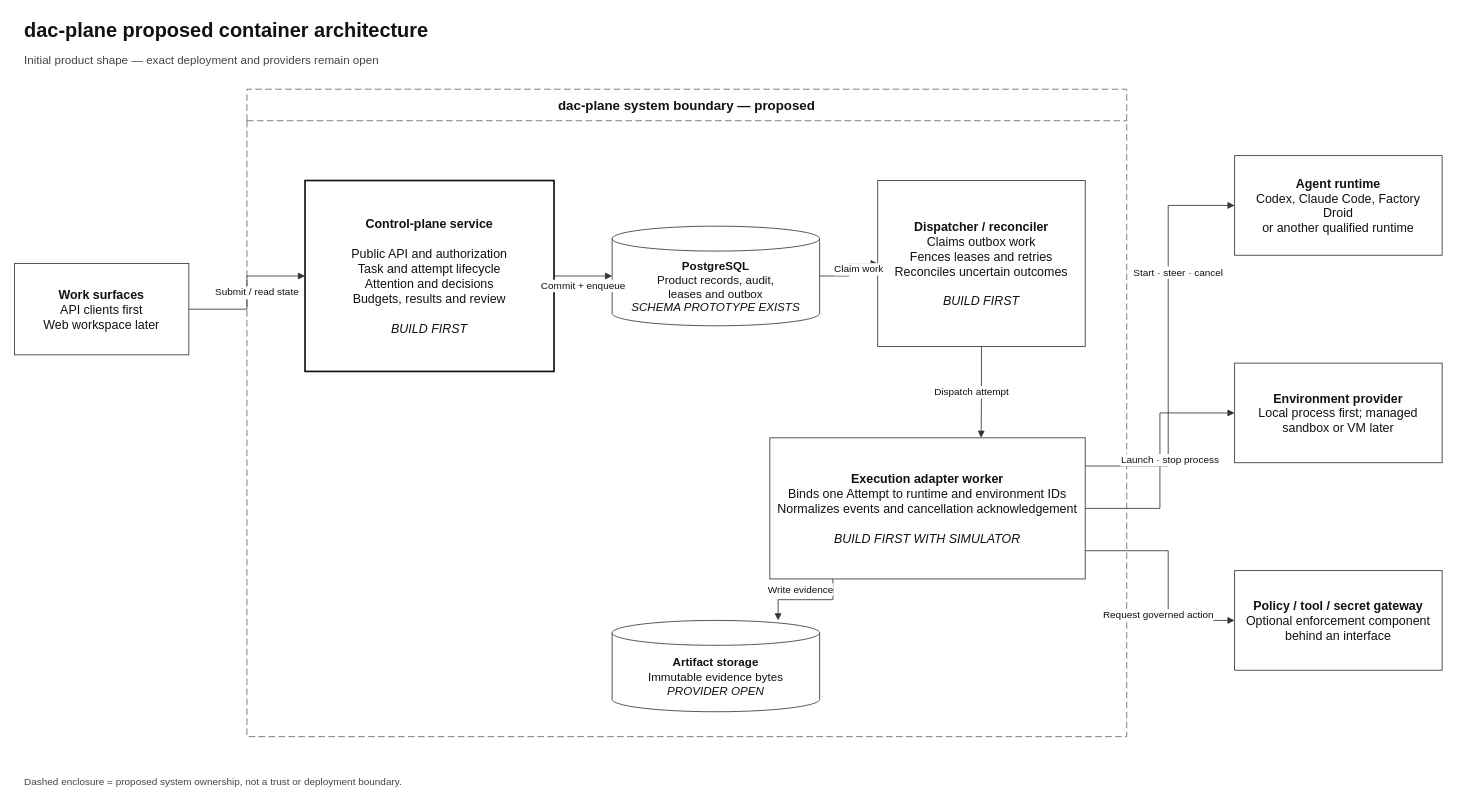
The draw.io diagram docs/architecture/container-view.drawio in dac-plane/dac-plane, before the edit. Source tidied: cells renumbered, new cells numbered last; positions are measured from the earlier drawing's top-left corner, leaving out a move shared by most shapes. Both pictures are drawn from the tidied source at 83%, with x=0, y=0 at pixel (14, 14).
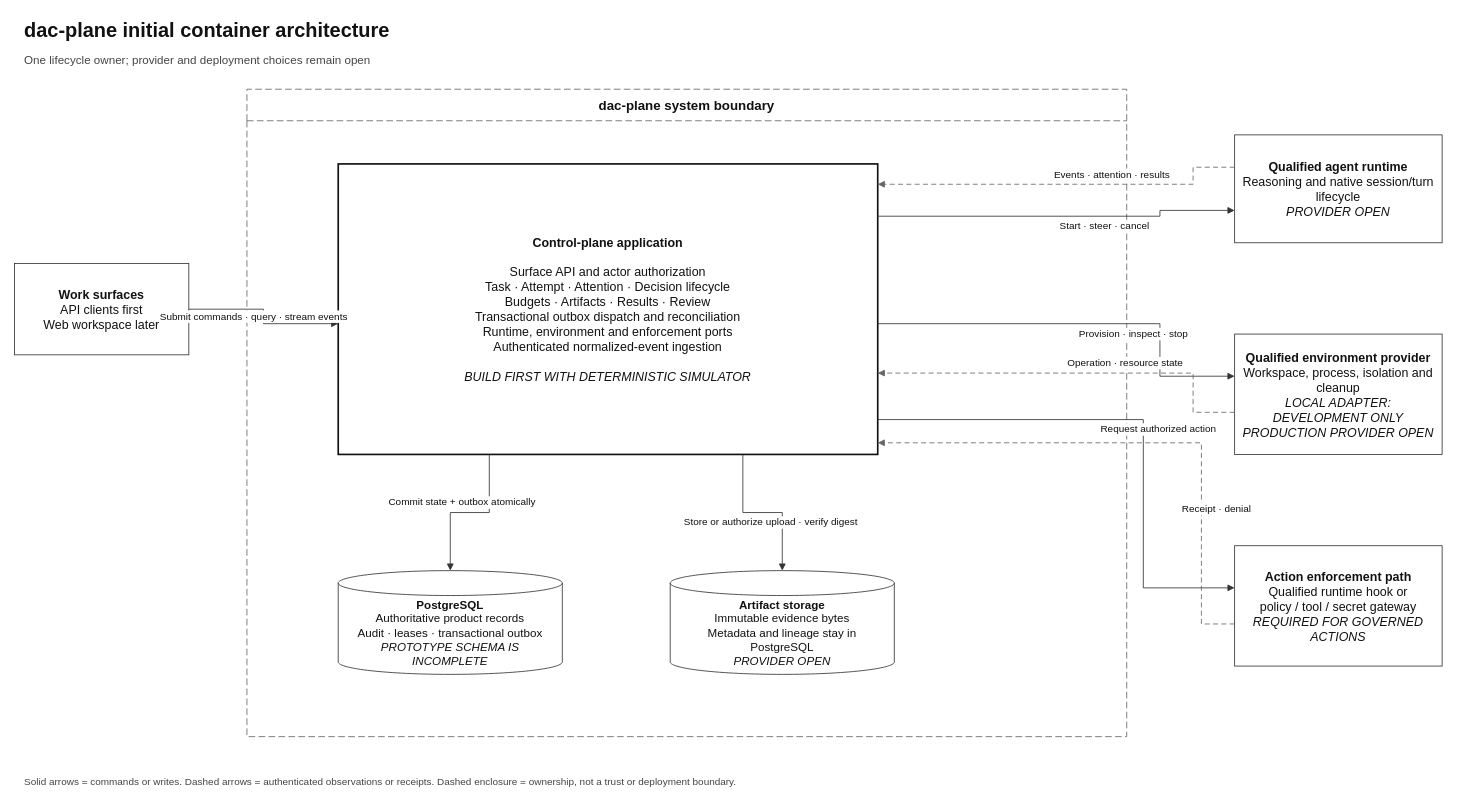
After the change.

Commit message (it also covers changes not shown here):
docs(architecture): validate initial control-plane baseline

Unchanged cells that the change refers to:
```xml
<mxCell id="4" value="&lt;b&gt;Work surfaces&lt;/b&gt;&lt;br&gt;API clients first&lt;br&gt;Web workspace later" style="rounded=0;whiteSpace=wrap;html=1;fillColor=#FFFFFF;strokeColor=#333333;fontColor=#111111;fontSize=15;spacing=10;" parent="1" vertex="1">
  <mxGeometry y="300" width="210" height="110" as="geometry" />
</mxCell>
```

Diff of the diagram source:
```diff
@@
-    <mxCell id="2" value="dac-plane proposed container architecture" style="text;html=1;strokeColor=none;fillColor=none;align=left;verticalAlign=middle;fontSize=24;fontStyle=1;fontColor=#111111;" parent="1" vertex="1">
+    <mxCell id="2" value="dac-plane initial container architecture" style="text;html=1;strokeColor=none;fillColor=none;align=left;verticalAlign=middle;fontSize=24;fontStyle=1;fontColor=#111111;" parent="1" vertex="1">
       <mxGeometry x="10" width="760" height="40" as="geometry" />
     </mxCell>
-    <mxCell id="3" value="Initial product shape — exact deployment and providers remain open" style="text;html=1;strokeColor=none;fillColor=none;align=left;verticalAlign=middle;fontSize=14;fontColor=#444444;" parent="1" vertex="1">
+    <mxCell id="3" value="One lifecycle owner; provider and deployment choices remain open" style="text;html=1;strokeColor=none;fillColor=none;align=left;verticalAlign=middle;fontSize=14;fontColor=#444444;" parent="1" vertex="1">
       <mxGeometry x="10" y="40" width="760" height="30" as="geometry" />
     </mxCell>
@@
-    <mxCell id="5" value="dac-plane system boundary — proposed" style="swimlane;horizontal=1;startSize=38;rounded=0;whiteSpace=wrap;html=1;fillColor=#FFFFFF;strokeColor=#666666;fontColor=#111111;fontSize=16;fontStyle=1;dashed=1;dashPattern=8 4;" parent="1" vertex="1">
+    <mxCell id="5" value="dac-plane system boundary" style="swimlane;horizontal=1;startSize=38;rounded=0;whiteSpace=wrap;html=1;fillColor=#FFFFFF;strokeColor=#666666;fontColor=#111111;fontSize=16;fontStyle=1;dashed=1;dashPattern=8 4;" parent="1" vertex="1">
       <mxGeometry x="280" y="90" width="1060" height="780" as="geometry" />
     </mxCell>
-    <mxCell id="6" value="&lt;b&gt;Control-plane service&lt;/b&gt;&lt;br&gt;&lt;br&gt;Public API and authorization&lt;br&gt;Task and attempt lifecycle&lt;br&gt;Attention and decisions&lt;br&gt;Budgets, results and review&lt;br&gt;&lt;br&gt;&lt;i&gt;BUILD FIRST&lt;/i&gt;" style="rounded=0;whiteSpace=wrap;html=1;fillColor=#FFFFFF;strokeColor=#111111;strokeWidth=2;fontColor=#111111;fontSize=15;spacing=10;" parent="1" vertex="1">
-      <mxGeometry x="350" y="200" width="300" height="230" as="geometry" />
-    </mxCell>
+    <mxCell id="23" value="&lt;b&gt;Control-plane application&lt;/b&gt;&lt;br&gt;&lt;br&gt;Surface API and actor authorization&lt;br&gt;Task · Attempt · Attention · Decision lifecycle&lt;br&gt;Budgets · Artifacts · Results · Review&lt;br&gt;Transactional outbox dispatch and reconciliation&lt;br&gt;Runtime, environment and enforcement ports&lt;br&gt;Authenticated normalized-event ingestion&lt;br&gt;&lt;br&gt;&lt;i&gt;BUILD FIRST WITH DETERMINISTIC SIMULATOR&lt;/i&gt;" style="rounded=0;whiteSpace=wrap;html=1;fillColor=#FFFFFF;strokeColor=#111111;strokeWidth=2;fontColor=#111111;fontSize=15;spacing=10;" parent="1" vertex="1">
+      <mxGeometry x="390" y="180" width="650" height="350" as="geometry" />
+    </mxCell>
-    <mxCell id="7" value="&lt;b&gt;PostgreSQL&lt;/b&gt;&lt;br&gt;Product records, audit,&lt;br&gt;leases and outbox&lt;br&gt;&lt;i&gt;SCHEMA PROTOTYPE EXISTS&lt;/i&gt;" style="shape=cylinder3;whiteSpace=wrap;html=1;boundedLbl=1;backgroundOutline=1;fillColor=#FFFFFF;strokeColor=#333333;fontColor=#111111;fontSize=14;spacing=8;" parent="1" vertex="1">
-      <mxGeometry x="720" y="255" width="250" height="120" as="geometry" />
+    <mxCell id="7" value="&lt;b&gt;PostgreSQL&lt;/b&gt;&lt;br&gt;Authoritative product records&lt;br&gt;Audit · leases · transactional outbox&lt;br&gt;&lt;i&gt;PROTOTYPE SCHEMA IS INCOMPLETE&lt;/i&gt;" style="shape=cylinder3;whiteSpace=wrap;html=1;boundedLbl=1;backgroundOutline=1;fillColor=#FFFFFF;strokeColor=#333333;fontColor=#111111;fontSize=14;spacing=8;" parent="1" vertex="1">
+      <mxGeometry x="390" y="670" width="270" height="125" as="geometry" />
     </mxCell>
-    <mxCell id="8" value="&lt;b&gt;Dispatcher / reconciler&lt;/b&gt;&lt;br&gt;Claims outbox work&lt;br&gt;Fences leases and retries&lt;br&gt;Reconciles uncertain outcomes&lt;br&gt;&lt;br&gt;&lt;i&gt;BUILD FIRST&lt;/i&gt;" style="rounded=0;whiteSpace=wrap;html=1;fillColor=#FFFFFF;strokeColor=#333333;fontColor=#111111;fontSize=15;spacing=10;" parent="1" vertex="1">
-      <mxGeometry x="1040" y="200" width="250" height="200" as="geometry" />
-    </mxCell>
-    <mxCell id="9" value="&lt;b&gt;Execution adapter worker&lt;/b&gt;&lt;br&gt;Binds one Attempt to runtime and environment IDs&lt;br&gt;Normalizes events and cancellation acknowledgement&lt;br&gt;&lt;br&gt;&lt;i&gt;BUILD FIRST WITH SIMULATOR&lt;/i&gt;" style="rounded=0;whiteSpace=wrap;html=1;fillColor=#FFFFFF;strokeColor=#333333;fontColor=#111111;fontSize=15;spacing=10;" parent="1" vertex="1">
-      <mxGeometry x="910" y="510" width="380" height="170" as="geometry" />
-    </mxCell>
-    <mxCell id="10" value="&lt;b&gt;Artifact storage&lt;/b&gt;&lt;br&gt;Immutable evidence bytes&lt;br&gt;&lt;i&gt;PROVIDER OPEN&lt;/i&gt;" style="shape=cylinder3;whiteSpace=wrap;html=1;boundedLbl=1;backgroundOutline=1;fillColor=#FFFFFF;strokeColor=#333333;fontColor=#111111;fontSize=14;spacing=8;" parent="1" vertex="1">
-      <mxGeometry x="720" y="730" width="250" height="110" as="geometry" />
+    <mxCell id="10" value="&lt;b&gt;Artifact storage&lt;/b&gt;&lt;br&gt;Immutable evidence bytes&lt;br&gt;Metadata and lineage stay in PostgreSQL&lt;br&gt;&lt;i&gt;PROVIDER OPEN&lt;/i&gt;" style="shape=cylinder3;whiteSpace=wrap;html=1;boundedLbl=1;backgroundOutline=1;fillColor=#FFFFFF;strokeColor=#333333;fontColor=#111111;fontSize=14;spacing=8;" parent="1" vertex="1">
+      <mxGeometry x="790" y="670" width="270" height="125" as="geometry" />
     </mxCell>
-    <mxCell id="11" value="&lt;b&gt;Agent runtime&lt;/b&gt;&lt;br&gt;Codex, Claude Code, Factory Droid&lt;br&gt;or another qualified runtime" style="rounded=0;whiteSpace=wrap;html=1;fillColor=#FFFFFF;strokeColor=#333333;fontColor=#111111;fontSize=15;spacing=10;" parent="1" vertex="1">
-      <mxGeometry x="1470" y="170" width="250" height="120" as="geometry" />
+    <mxCell id="11" value="&lt;b&gt;Qualified agent runtime&lt;/b&gt;&lt;br&gt;Reasoning and native session/turn lifecycle&lt;br&gt;&lt;i&gt;PROVIDER OPEN&lt;/i&gt;" style="rounded=0;whiteSpace=wrap;html=1;fillColor=#FFFFFF;strokeColor=#333333;fontColor=#111111;fontSize=15;spacing=10;" parent="1" vertex="1">
+      <mxGeometry x="1470" y="145" width="250" height="130" as="geometry" />
     </mxCell>
-    <mxCell id="12" value="&lt;b&gt;Environment provider&lt;/b&gt;&lt;br&gt;Local process first; managed&lt;br&gt;sandbox or VM later" style="rounded=0;whiteSpace=wrap;html=1;fillColor=#FFFFFF;strokeColor=#333333;fontColor=#111111;fontSize=15;spacing=10;" parent="1" vertex="1">
-      <mxGeometry x="1470" y="420" width="250" height="120" as="geometry" />
+    <mxCell id="12" value="&lt;b&gt;Qualified environment provider&lt;/b&gt;&lt;br&gt;Workspace, process, isolation and cleanup&lt;br&gt;&lt;i&gt;LOCAL ADAPTER: DEVELOPMENT ONLY&lt;/i&gt;&lt;br&gt;&lt;i&gt;PRODUCTION PROVIDER OPEN&lt;/i&gt;" style="rounded=0;whiteSpace=wrap;html=1;fillColor=#FFFFFF;strokeColor=#333333;fontColor=#111111;fontSize=15;spacing=10;" parent="1" vertex="1">
+      <mxGeometry x="1470" y="385" width="250" height="145" as="geometry" />
     </mxCell>
-    <mxCell id="13" value="&lt;b&gt;Policy / tool / secret gateway&lt;/b&gt;&lt;br&gt;Optional enforcement component&lt;br&gt;behind an interface" style="rounded=0;whiteSpace=wrap;html=1;fillColor=#FFFFFF;strokeColor=#333333;fontColor=#111111;fontSize=15;spacing=10;" parent="1" vertex="1">
-      <mxGeometry x="1470" y="670" width="250" height="120" as="geometry" />
-    </mxCell>
+    <mxCell id="24" value="&lt;b&gt;Action enforcement path&lt;/b&gt;&lt;br&gt;Qualified runtime hook or&lt;br&gt;policy / tool / secret gateway&lt;br&gt;&lt;i&gt;REQUIRED FOR GOVERNED ACTIONS&lt;/i&gt;" style="rounded=0;whiteSpace=wrap;html=1;fillColor=#FFFFFF;strokeColor=#333333;fontColor=#111111;fontSize=15;spacing=10;" parent="1" vertex="1">
+      <mxGeometry x="1470" y="640" width="250" height="145" as="geometry" />
+    </mxCell>
-    <mxCell id="14" value="Dashed enclosure = proposed system ownership, not a trust or deployment boundary." style="text;html=1;strokeColor=none;fillColor=none;align=left;verticalAlign=middle;fontSize=12;fontColor=#444444;" parent="1" vertex="1">
-      <mxGeometry x="10" y="910" width="1000" height="30" as="geometry" />
+    <mxCell id="14" value="Solid arrows = commands or writes. Dashed arrows = authenticated observations or receipts. Dashed enclosure = ownership, not a trust or deployment boundary." style="text;html=1;strokeColor=none;fillColor=none;align=left;verticalAlign=middle;fontSize=12;fontColor=#444444;" parent="1" vertex="1">
+      <mxGeometry x="10" y="910" width="1500" height="30" as="geometry" />
     </mxCell>
-    <mxCell id="15" value="Submit / read state" style="edgeStyle=orthogonalEdgeStyle;rounded=0;jettySize=auto;html=1;strokeColor=#333333;fontColor=#111111;fontSize=12;labelBackgroundColor=#FFFFFF;endArrow=block;endFill=1;exitX=1;exitY=0.5;exitDx=0;exitDy=0;entryX=0;entryY=0.5;entryDx=0;entryDy=0;" parent="1" edge="1" source="4" target="6">
-      <mxGeometry y="-12" relative="1" as="geometry" />
-    </mxCell>
-    <mxCell id="16" value="Commit + enqueue" style="edgeStyle=orthogonalEdgeStyle;rounded=0;jettySize=auto;html=1;strokeColor=#333333;fontColor=#111111;fontSize=12;labelBackgroundColor=#FFFFFF;endArrow=block;endFill=1;exitX=1;exitY=0.5;exitDx=0;exitDy=0;entryX=0;entryY=0.5;entryDx=0;entryDy=0;" parent="1" edge="1" source="6" target="7">
-      <mxGeometry y="-12" relative="1" as="geometry" />
-    </mxCell>
-    <mxCell id="17" value="Claim work" style="edgeStyle=orthogonalEdgeStyle;rounded=0;jettySize=auto;html=1;strokeColor=#333333;fontColor=#111111;fontSize=12;labelBackgroundColor=#FFFFFF;endArrow=block;endFill=1;exitX=1;exitY=0.5;exitDx=0;exitDy=0;entryX=0;entryY=0.5;entryDx=0;entryDy=0;" parent="1" edge="1" source="7" target="8">
-      <mxGeometry y="-12" relative="1" as="geometry" />
-    </mxCell>
-    <mxCell id="18" value="Dispatch attempt" style="edgeStyle=orthogonalEdgeStyle;rounded=0;jettySize=auto;html=1;strokeColor=#333333;fontColor=#111111;fontSize=12;labelBackgroundColor=#FFFFFF;endArrow=block;endFill=1;exitX=0.5;exitY=1;exitDx=0;exitDy=0;entryX=0.67;entryY=0;entryDx=0;entryDy=0;" parent="1" edge="1" source="8" target="9">
-      <mxGeometry y="-12" relative="1" as="geometry" />
-    </mxCell>
-    <mxCell id="19" value="Write evidence" style="edgeStyle=orthogonalEdgeStyle;rounded=0;jettySize=auto;html=1;strokeColor=#333333;fontColor=#111111;fontSize=12;labelBackgroundColor=#FFFFFF;endArrow=block;endFill=1;exitX=0.2;exitY=1;exitDx=0;exitDy=0;entryX=0.8;entryY=0;entryDx=0;entryDy=0;" parent="1" edge="1" source="9" target="10">
-      <mxGeometry x="0.1" y="-12" relative="1" as="geometry" />
-    </mxCell>
+    <mxCell id="25" value="Submit commands · query · stream events" style="edgeStyle=orthogonalEdgeStyle;rounded=0;jettySize=auto;html=1;strokeColor=#333333;fontColor=#111111;fontSize=12;labelBackgroundColor=#FFFFFF;endArrow=block;endFill=1;exitX=1;exitY=0.5;exitDx=0;exitDy=0;entryX=0;entryY=0.55;entryDx=0;entryDy=0;" parent="1" edge="1" source="4" target="23">
+      <mxGeometry y="-12" relative="1" as="geometry" />
+    </mxCell>
+    <mxCell id="26" value="Commit state + outbox atomically" style="edgeStyle=orthogonalEdgeStyle;rounded=0;jettySize=auto;html=1;strokeColor=#333333;fontColor=#111111;fontSize=12;labelBackgroundColor=#FFFFFF;endArrow=block;endFill=1;exitX=0.28;exitY=1;exitDx=0;exitDy=0;entryX=0.5;entryY=0;entryDx=0;entryDy=0;" parent="1" edge="1" source="23" target="7">
+      <mxGeometry x="0.1" y="-12" relative="1" as="geometry" />
+    </mxCell>
+    <mxCell id="27" value="Store or authorize upload · verify digest" style="edgeStyle=orthogonalEdgeStyle;rounded=0;jettySize=auto;html=1;strokeColor=#333333;fontColor=#111111;fontSize=12;labelBackgroundColor=#FFFFFF;endArrow=block;endFill=1;exitX=0.75;exitY=1;exitDx=0;exitDy=0;entryX=0.5;entryY=0;entryDx=0;entryDy=0;" parent="1" edge="1" source="23" target="10">
+      <mxGeometry x="0.1" y="-12" relative="1" as="geometry" />
+    </mxCell>
-    <mxCell id="20" value="Start · steer · cancel" style="edgeStyle=orthogonalEdgeStyle;rounded=0;jettySize=auto;html=1;strokeColor=#333333;fontColor=#111111;fontSize=12;labelBackgroundColor=#FFFFFF;endArrow=block;endFill=1;exitX=1;exitY=0.2;exitDx=0;exitDy=0;entryX=0;entryY=0.5;entryDx=0;entryDy=0;" parent="1" edge="1" source="9" target="11">
-      <mxGeometry x="0.35" y="-12" relative="1" as="geometry">
+    <mxCell id="20" value="Start · steer · cancel" style="edgeStyle=orthogonalEdgeStyle;rounded=0;jettySize=auto;html=1;strokeColor=#333333;fontColor=#111111;fontSize=12;labelBackgroundColor=#FFFFFF;endArrow=block;endFill=1;exitX=1;exitY=0.18;exitDx=0;exitDy=0;entryX=0;entryY=0.7;entryDx=0;entryDy=0;" parent="1" edge="1" source="23" target="11">
+      <mxGeometry x="0.25" y="-12" relative="1" as="geometry">
         <Array as="points">
-          <mxPoint x="1390" y="544" />
-          <mxPoint x="1390" y="230" />
+          <mxPoint x="1380" y="243" />
+          <mxPoint x="1380" y="236" />
         </Array>
       </mxGeometry>
     </mxCell>
-    <mxCell id="21" value="Launch · stop process" style="edgeStyle=orthogonalEdgeStyle;rounded=0;jettySize=auto;html=1;strokeColor=#333333;fontColor=#111111;fontSize=12;labelBackgroundColor=#FFFFFF;endArrow=block;endFill=1;exitX=1;exitY=0.5;exitDx=0;exitDy=0;entryX=0;entryY=0.5;entryDx=0;entryDy=0;" parent="1" edge="1" source="9" target="12">
-      <mxGeometry y="-12" relative="1" as="geometry" />
-    </mxCell>
-    <mxCell id="22" value="Request governed action" style="edgeStyle=orthogonalEdgeStyle;rounded=0;jettySize=auto;html=1;strokeColor=#333333;fontColor=#111111;fontSize=12;labelBackgroundColor=#FFFFFF;endArrow=block;endFill=1;exitX=1;exitY=0.8;exitDx=0;exitDy=0;entryX=0;entryY=0.5;entryDx=0;entryDy=0;" parent="1" edge="1" source="9" target="13">
-      <mxGeometry x="0.35" y="-12" relative="1" as="geometry">
-        <Array as="points">
-          <mxPoint x="1390" y="646" />
-          <mxPoint x="1390" y="730" />
-        </Array>
-      </mxGeometry>
-    </mxCell>
+    <mxCell id="28" value="Events · attention · results" style="edgeStyle=orthogonalEdgeStyle;rounded=0;jettySize=auto;html=1;strokeColor=#666666;fontColor=#111111;fontSize=12;labelBackgroundColor=#FFFFFF;endArrow=block;endFill=1;dashed=1;dashPattern=6 4;exitX=0;exitY=0.3;exitDx=0;exitDy=0;entryX=1;entryY=0.07;entryDx=0;entryDy=0;" parent="1" edge="1" source="11" target="23">
+      <mxGeometry x="-0.25" y="-12" relative="1" as="geometry">
+        <Array as="points">
+          <mxPoint x="1420" y="184" />
+          <mxPoint x="1420" y="205" />
+        </Array>
+      </mxGeometry>
+    </mxCell>
+    <mxCell id="29" value="Provision · inspect · stop" style="edgeStyle=orthogonalEdgeStyle;rounded=0;jettySize=auto;html=1;strokeColor=#333333;fontColor=#111111;fontSize=12;labelBackgroundColor=#FFFFFF;endArrow=block;endFill=1;exitX=1;exitY=0.55;exitDx=0;exitDy=0;entryX=0;entryY=0.35;entryDx=0;entryDy=0;" parent="1" edge="1" source="23" target="12">
+      <mxGeometry x="0.25" y="-12" relative="1" as="geometry">
+        <Array as="points">
+          <mxPoint x="1380" y="373" />
+          <mxPoint x="1380" y="436" />
+        </Array>
+      </mxGeometry>
+    </mxCell>
+    <mxCell id="30" value="Operation · resource state" style="edgeStyle=orthogonalEdgeStyle;rounded=0;jettySize=auto;html=1;strokeColor=#666666;fontColor=#111111;fontSize=12;labelBackgroundColor=#FFFFFF;endArrow=block;endFill=1;dashed=1;dashPattern=6 4;exitX=0;exitY=0.65;exitDx=0;exitDy=0;entryX=1;entryY=0.72;entryDx=0;entryDy=0;" parent="1" edge="1" source="12" target="23">
+      <mxGeometry x="-0.25" y="-12" relative="1" as="geometry">
+        <Array as="points">
+          <mxPoint x="1420" y="479" />
+          <mxPoint x="1420" y="432" />
+        </Array>
+      </mxGeometry>
+    </mxCell>
+    <mxCell id="31" value="Request authorized action" style="edgeStyle=orthogonalEdgeStyle;rounded=0;jettySize=auto;html=1;strokeColor=#333333;fontColor=#111111;fontSize=12;labelBackgroundColor=#FFFFFF;endArrow=block;endFill=1;exitX=1;exitY=0.88;exitDx=0;exitDy=0;entryX=0;entryY=0.35;entryDx=0;entryDy=0;" parent="1" edge="1" source="23" target="24">
+      <mxGeometry x="0.05" y="18" relative="1" as="geometry">
+        <Array as="points">
+          <mxPoint x="1360" y="488" />
+          <mxPoint x="1360" y="691" />
+        </Array>
+      </mxGeometry>
+    </mxCell>
+    <mxCell id="32" value="Receipt · denial" style="edgeStyle=orthogonalEdgeStyle;rounded=0;jettySize=auto;html=1;strokeColor=#666666;fontColor=#111111;fontSize=12;labelBackgroundColor=#FFFFFF;endArrow=block;endFill=1;dashed=1;dashPattern=6 4;exitX=0;exitY=0.65;exitDx=0;exitDy=0;entryX=1;entryY=0.96;entryDx=0;entryDy=0;" parent="1" edge="1" source="24" target="23">
+      <mxGeometry x="-0.45" y="-18" relative="1" as="geometry">
+        <Array as="points">
+          <mxPoint x="1430" y="734" />
+          <mxPoint x="1430" y="516" />
+        </Array>
+      </mxGeometry>
+    </mxCell>
```
